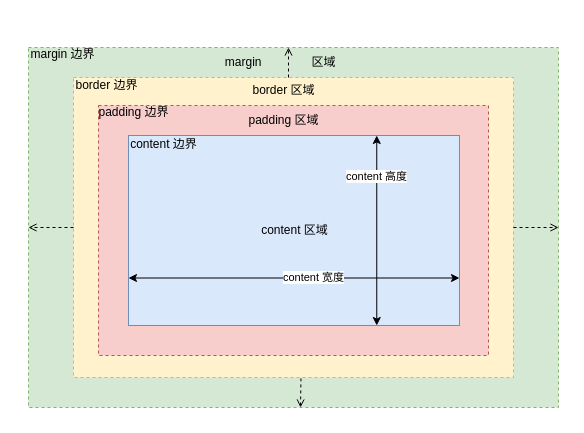
This is page "第 1 页" (1 of 2) of css/css基础盒子模型.drawio from wbbhacker/drawFile, a draw.io file, before an edit. Source tidied: cells renumbered, new cells numbered last; positions are measured from the earlier drawing's top-left corner, leaving out a move shared by most shapes. Both pictures are drawn from the tidied source at 100%, with x=0, y=0 at pixel (17, 39).
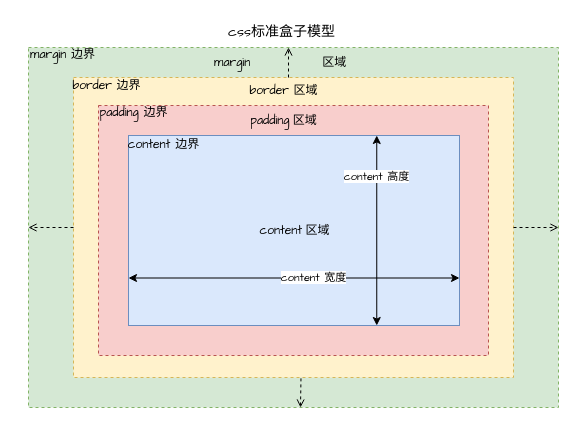
The same page after the edit.

Commit message (it also covers changes not shown here):
更新css基础盒子模型.drawio

The change refers to these unchanged cells:
```xml
<mxCell id="5" style="group;" parent="3" vertex="1">
  <mxGeometry x="15" y="20" width="400" height="258" as="geometry" />
</mxCell>
<mxCell id="7" style="group;" parent="5" vertex="1">
  <mxGeometry x="40" y="38" width="331" height="190" as="geometry" />
</mxCell>
<mxCell id="11" style="endArrow=classic;startArrow=classic;html=1;rounded=0;exitX=0;exitY=0.75;exitDx=0;exitDy=0;entryX=1;entryY=0.75;entryDx=0;entryDy=0;" parent="7" edge="1" source="8" target="8">
  <mxGeometry relative="1" as="geometry" />
</mxCell>
<mxCell id="13" style="endArrow=classic;startArrow=classic;html=1;rounded=0;entryX=0.75;entryY=0;entryDx=0;entryDy=0;exitX=0.75;exitY=1;exitDx=0;exitDy=0;" parent="7" edge="1" source="8" target="8">
  <mxGeometry relative="1" as="geometry" />
</mxCell>
```

Diff of the diagram source:
```diff
@@
-    <mxCell id="9" value="content 区域" style="text;html=1;align=center;verticalAlign=middle;strokeColor=none;fillColor=none;" parent="7" vertex="1">
+    <mxCell id="9" value="&lt;font face=&quot;Comic Sans MS&quot;&gt;content&lt;/font&gt; 区域" style="text;html=1;align=center;verticalAlign=middle;strokeColor=none;fillColor=none;" parent="7" vertex="1">
       <mxGeometry x="120.5" y="80" width="90" height="30" as="geometry" />
     </mxCell>
-    <mxCell id="10" value="content 边界" style="text;html=1;align=center;verticalAlign=middle;strokeColor=none;fillColor=none;" parent="7" vertex="1">
+    <mxCell id="10" value="&lt;font face=&quot;Comic Sans MS&quot;&gt;content &lt;/font&gt;边界" style="text;html=1;align=center;verticalAlign=middle;strokeColor=none;fillColor=none;" parent="7" vertex="1">
       <mxGeometry x="-10" y="-6" width="90" height="30" as="geometry" />
     </mxCell>
@@
-    <mxCell id="12" value="content 宽度" style="edgeLabel;html=1;align=center;verticalAlign=middle;" parent="11" vertex="1">
+    <mxCell id="12" value="&lt;font face=&quot;Comic Sans MS&quot;&gt;content &lt;/font&gt;宽度" style="edgeLabel;html=1;align=center;verticalAlign=middle;" parent="11" vertex="1">
       <mxGeometry x="0.11" y="1" relative="1" as="geometry" />
     </mxCell>
@@
-    <mxCell id="14" value="content 高度" style="edgeLabel;html=1;align=center;verticalAlign=middle;" parent="13" vertex="1">
+    <mxCell id="14" value="&lt;font face=&quot;Comic Sans MS&quot;&gt;content &lt;/font&gt;高度" style="edgeLabel;html=1;align=center;verticalAlign=middle;" parent="13" vertex="1">
       <mxGeometry x="0.58" y="1" relative="1" as="geometry" />
     </mxCell>
-    <mxCell id="15" value="padding 边界" style="text;html=1;align=center;verticalAlign=middle;strokeColor=none;fillColor=none;" parent="5" vertex="1">
+    <mxCell id="15" value="&lt;font face=&quot;Comic Sans MS&quot;&gt;padding &lt;/font&gt;边界" style="text;html=1;align=center;verticalAlign=middle;strokeColor=none;fillColor=none;" parent="5" vertex="1">
       <mxGeometry width="90" height="30" as="geometry" />
     </mxCell>
-    <mxCell id="16" value="border 边界" style="text;html=1;align=center;verticalAlign=middle;strokeColor=none;fillColor=none;dashed=1;" parent="5" vertex="1">
+    <mxCell id="16" value="&lt;font face=&quot;Comic Sans MS&quot;&gt;border &lt;/font&gt;边界" style="text;html=1;align=center;verticalAlign=middle;strokeColor=none;fillColor=none;dashed=1;" parent="5" vertex="1">
       <mxGeometry x="-27" y="-27" width="90" height="30" as="geometry" />
     </mxCell>
-    <mxCell id="17" value="border 区域" style="text;html=1;align=center;verticalAlign=middle;strokeColor=none;fillColor=none;" parent="5" vertex="1">
+    <mxCell id="17" value="&lt;font face=&quot;Comic Sans MS&quot;&gt;border &lt;/font&gt;区域" style="text;html=1;align=center;verticalAlign=middle;strokeColor=none;fillColor=none;" parent="5" vertex="1">
       <mxGeometry x="150" y="-22" width="90" height="30" as="geometry" />
     </mxCell>
-    <mxCell id="18" value="padding 区域" style="text;html=1;align=center;verticalAlign=middle;strokeColor=none;fillColor=none;" parent="5" vertex="1">
+    <mxCell id="18" value="&lt;font face=&quot;Comic Sans MS&quot;&gt;padding&lt;/font&gt; 区域" style="text;html=1;align=center;verticalAlign=middle;strokeColor=none;fillColor=none;" parent="5" vertex="1">
       <mxGeometry x="150" y="8" width="90" height="30" as="geometry" />
     </mxCell>
-    <mxCell id="19" value="margin 边界" style="text;html=1;align=center;verticalAlign=middle;strokeColor=none;fillColor=none;" parent="1" vertex="1">
+    <mxCell id="19" value="&lt;font face=&quot;Comic Sans MS&quot;&gt;margin &lt;/font&gt;边界" style="text;html=1;align=center;verticalAlign=middle;strokeColor=none;fillColor=none;" parent="1" vertex="1">
       <mxGeometry width="90" height="30" as="geometry" />
     </mxCell>
-    <mxCell id="20" value="&amp;nbsp; &amp;nbsp; margin&amp;nbsp; &amp;nbsp; &amp;nbsp; &amp;nbsp; &amp;nbsp; &amp;nbsp; &amp;nbsp; &amp;nbsp;区域" style="text;html=1;align=center;verticalAlign=middle;strokeColor=none;fillColor=none;" parent="1" vertex="1">
+    <mxCell id="20" value="&amp;nbsp; &amp;nbsp; &lt;font face=&quot;Comic Sans MS&quot;&gt;margin&amp;nbsp; &amp;nbsp; &amp;nbsp; &amp;nbsp; &amp;nbsp; &amp;nbsp; &amp;nbsp; &amp;nbsp;&lt;/font&gt;区域" style="text;html=1;align=center;verticalAlign=middle;strokeColor=none;fillColor=none;" parent="1" vertex="1">
       <mxGeometry x="181" y="8" width="150" height="30" as="geometry" />
     </mxCell>
@@
+    <mxCell id="25" value="&lt;font style=&quot;font-size: 14px;&quot; face=&quot;Comic Sans MS&quot;&gt;css标准盒子模型&lt;/font&gt;" style="text;html=1;strokeColor=none;fillColor=none;align=center;verticalAlign=middle;whiteSpace=wrap;rounded=0;dashed=1;" parent="1" vertex="1">
+      <mxGeometry x="202" y="-22" width="125" height="30" as="geometry" />
+    </mxCell>
```
